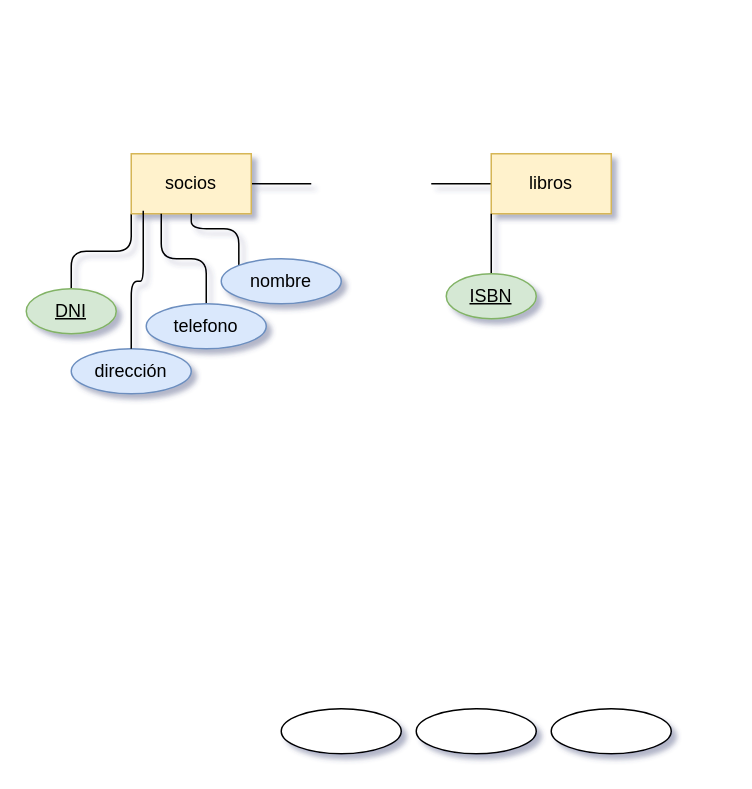
Above: Unidad-1/Tareas/tarea-6/Diagrama sin título.drawio in toninavhd/Base-datos (draw.io), before the change. Source tidied: cells renumbered, new cells numbered last; positions are measured from the earlier drawing's top-left corner, leaving out a move shared by most shapes. Both pictures are drawn from the tidied source at 150%, with x=0, y=0 at pixel (26, 153).
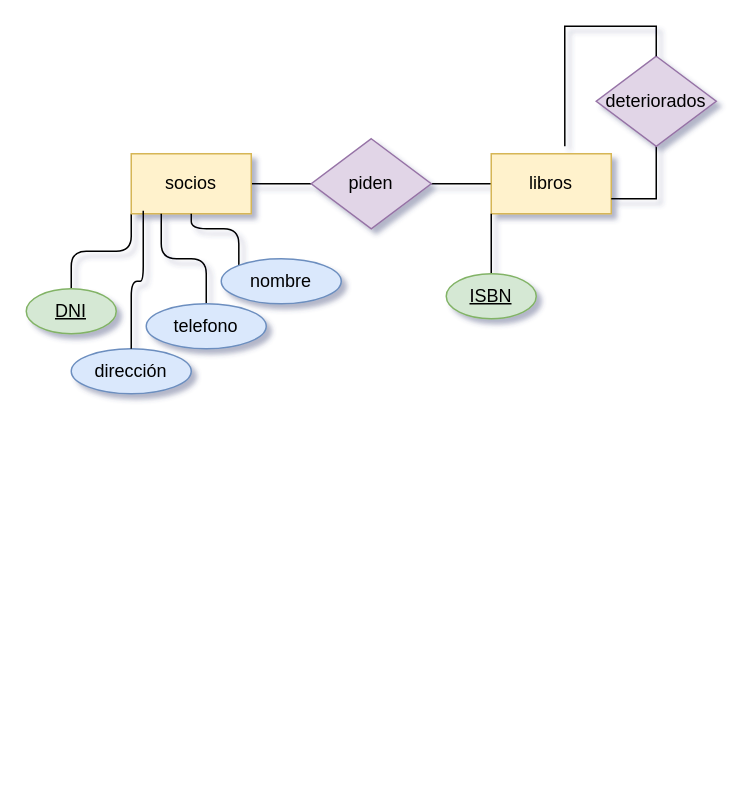
Above is the later version.

Unchanged cells that the change refers to:
```xml
<mxCell id="6" value="libros" style="whiteSpace=wrap;html=1;fillColor=#fff2cc;strokeColor=#d6b656;" parent="1" vertex="1">
  <mxGeometry x="310" width="80" height="40" as="geometry" />
</mxCell>
```

Change to the diagram source:
```diff
@@
+    <mxCell id="19" value="piden" style="rhombus;whiteSpace=wrap;html=1;fillColor=#e1d5e7;strokeColor=#9673a6;" parent="1" vertex="1">
+      <mxGeometry x="190" y="-10" width="80" height="60" as="geometry" />
+    </mxCell>
@@
-    <mxCell id="16" style="ellipse;whiteSpace=wrap;html=1;" parent="1" vertex="1">
-      <mxGeometry x="170" y="370" width="80" height="30" as="geometry" />
-    </mxCell>
-    <mxCell id="17" style="ellipse;whiteSpace=wrap;html=1;" parent="1" vertex="1">
-      <mxGeometry x="260" y="370" width="80" height="30" as="geometry" />
-    </mxCell>
-    <mxCell id="18" style="ellipse;whiteSpace=wrap;html=1;" parent="1" vertex="1">
-      <mxGeometry x="350" y="370" width="80" height="30" as="geometry" />
-    </mxCell>
+    <mxCell id="20" style="edgeStyle=orthogonalEdgeStyle;rounded=0;jettySize=auto;html=1;exitX=0.5;exitY=1;exitDx=0;exitDy=0;entryX=1;entryY=0.75;entryDx=0;entryDy=0;endArrow=none;endFill=0;" parent="1" edge="1" source="21" target="6">
+      <mxGeometry relative="1" as="geometry" />
+    </mxCell>
+    <mxCell id="21" value="deteriorados" style="rhombus;whiteSpace=wrap;html=1;fillColor=#e1d5e7;strokeColor=#9673a6;" parent="1" vertex="1">
+      <mxGeometry x="380" y="-65" width="80" height="60" as="geometry" />
+    </mxCell>
+    <mxCell id="22" style="edgeStyle=orthogonalEdgeStyle;rounded=0;jettySize=auto;html=1;exitX=0.5;exitY=0;exitDx=0;exitDy=0;entryX=0.613;entryY=-0.125;entryDx=0;entryDy=0;entryPerimeter=0;endArrow=none;endFill=0;" parent="1" edge="1" source="21" target="6">
+      <mxGeometry relative="1" as="geometry">
+        <Array as="points">
+          <mxPoint x="420" y="-85" />
+          <mxPoint x="359" y="-85" />
+        </Array>
+      </mxGeometry>
+    </mxCell>
```
